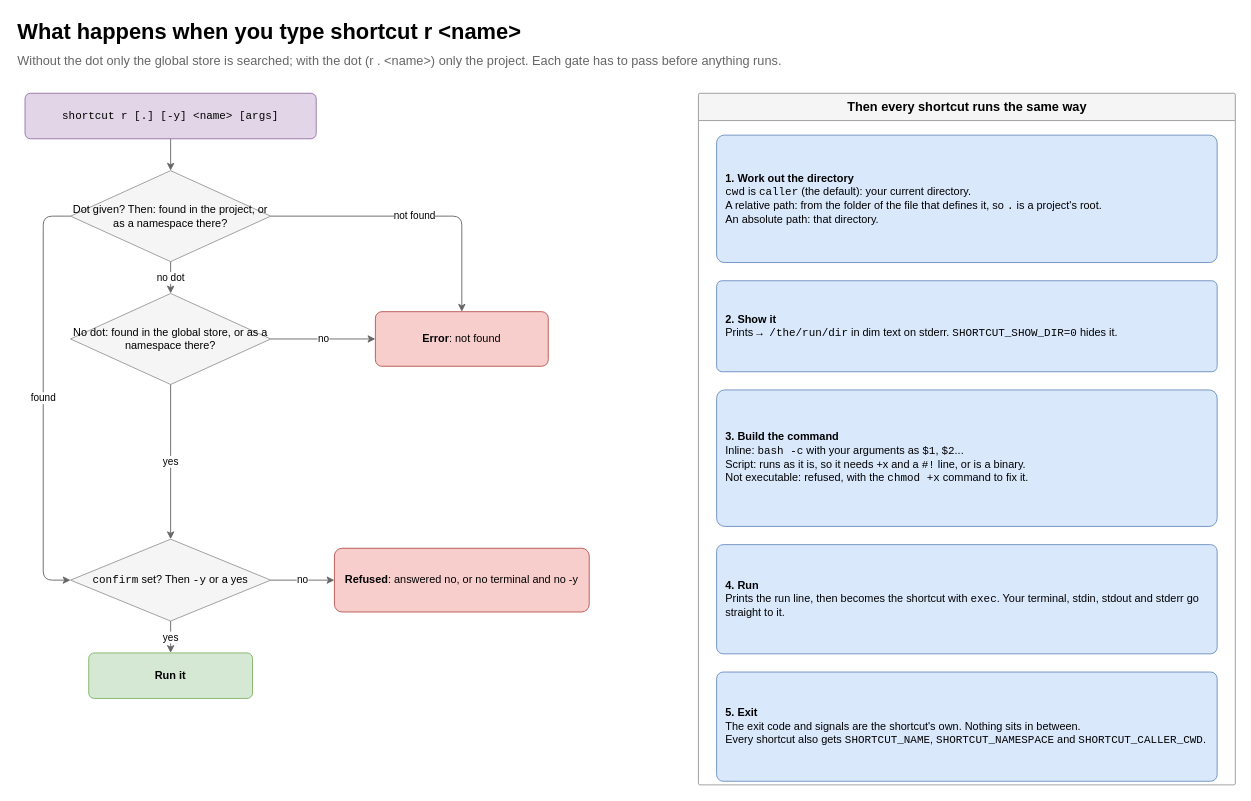
Earlier version of the draw.io diagram page "2 How a name runs" (2 of 5) of docs/shortcut-overview.drawio (StanLukuvka/Shortcut). Source tidied: cells renumbered, new cells numbered last; positions are measured from the earlier drawing's top-left corner, leaving out a move shared by most shapes. Both pictures are drawn from the tidied source at 91%, with x=0, y=0 at pixel (15, 15).
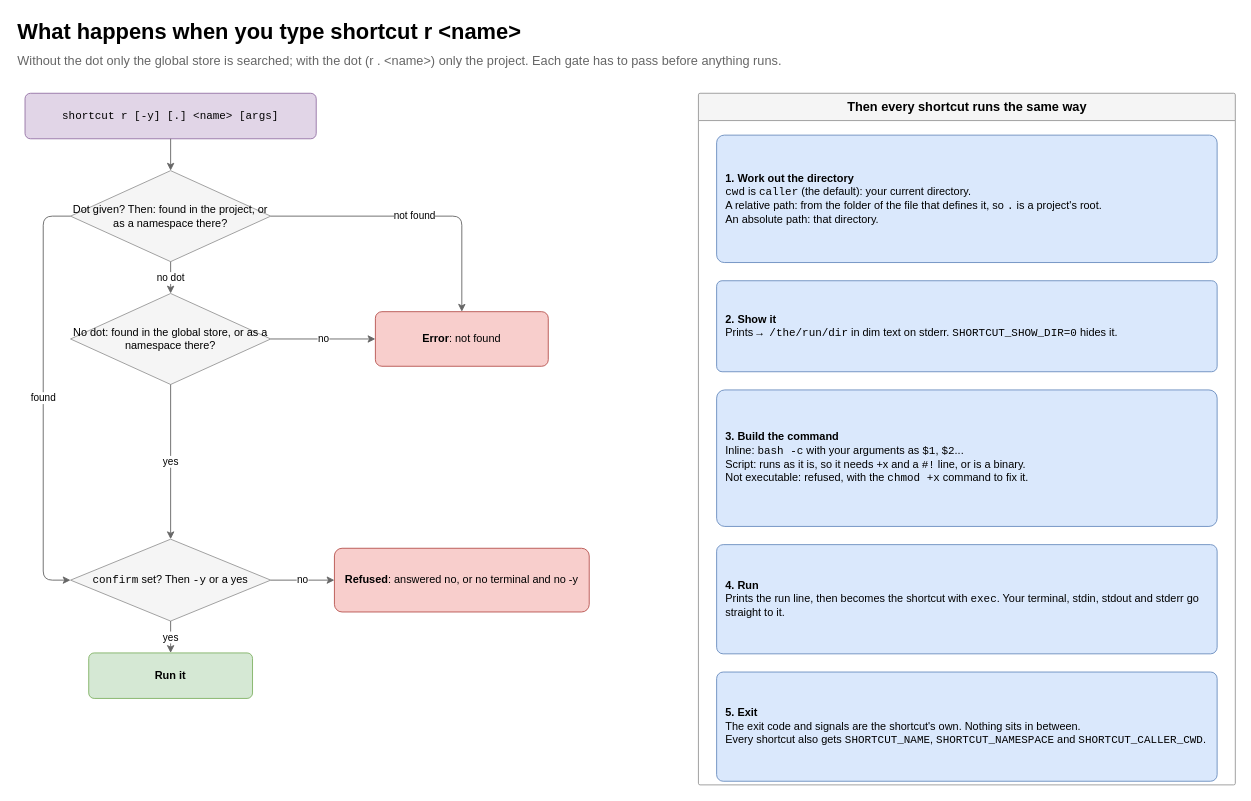
After the change.

Diff of the diagram source:
```diff
@@
-    <mxCell id="4" value="&lt;font face=&quot;monospace&quot;&gt;shortcut r [.] [-y] &amp;lt;name&amp;gt; [args]&lt;/font&gt;" style="rounded=1;arcSize=12;whiteSpace=wrap;html=1;fillColor=#e1d5e7;strokeColor=#9673a6;fontSize=12;" parent="1" vertex="1">
+    <mxCell id="4" value="&lt;font face=&quot;monospace&quot;&gt;shortcut r [-y] [.] &amp;lt;name&amp;gt; [args]&lt;/font&gt;" style="rounded=1;arcSize=12;whiteSpace=wrap;html=1;fillColor=#e1d5e7;strokeColor=#9673a6;fontSize=12;" parent="1" vertex="1">
       <mxGeometry x="10" y="85" width="320" height="50" as="geometry" />
     </mxCell>
```
